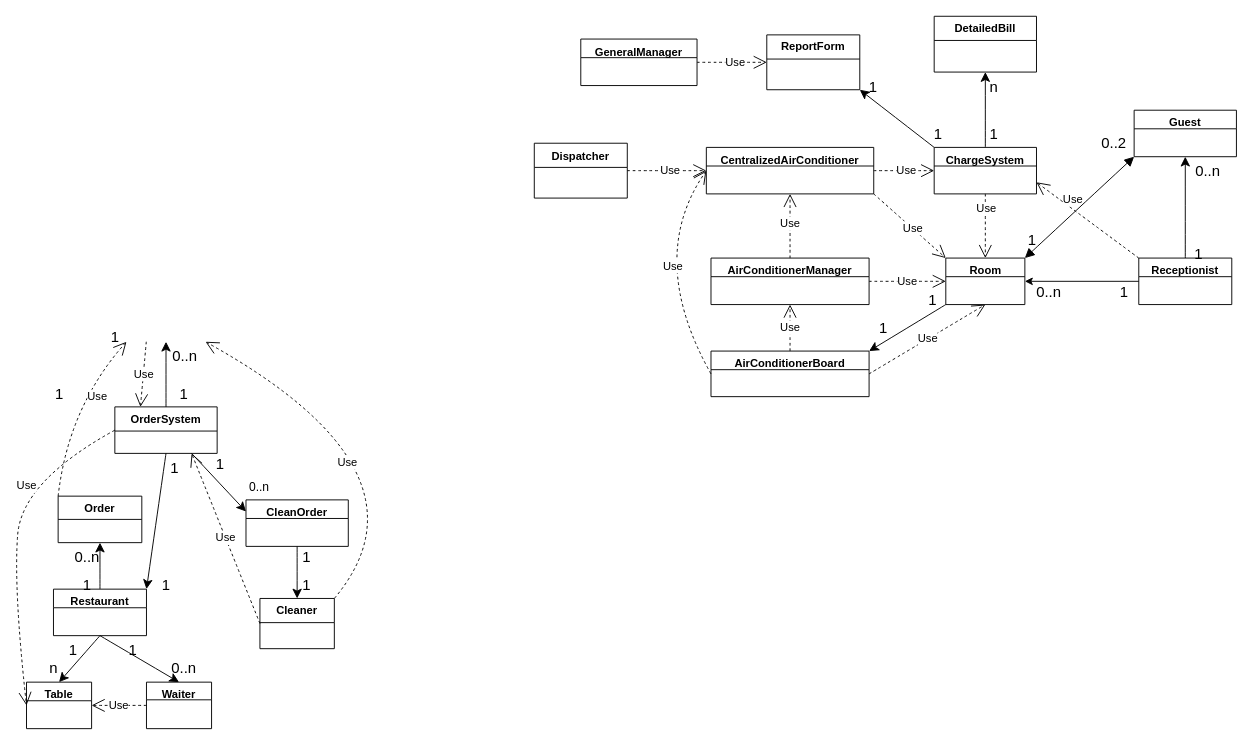
Above: UML.drawio in lyhkk/Test (draw.io), before the change. Source tidied: cells renumbered, new cells numbered last; positions are measured from the earlier drawing's top-left corner, leaving out a move shared by most shapes. Both pictures are drawn from the tidied source at 93%, with x=0, y=0 at pixel (13, 16).
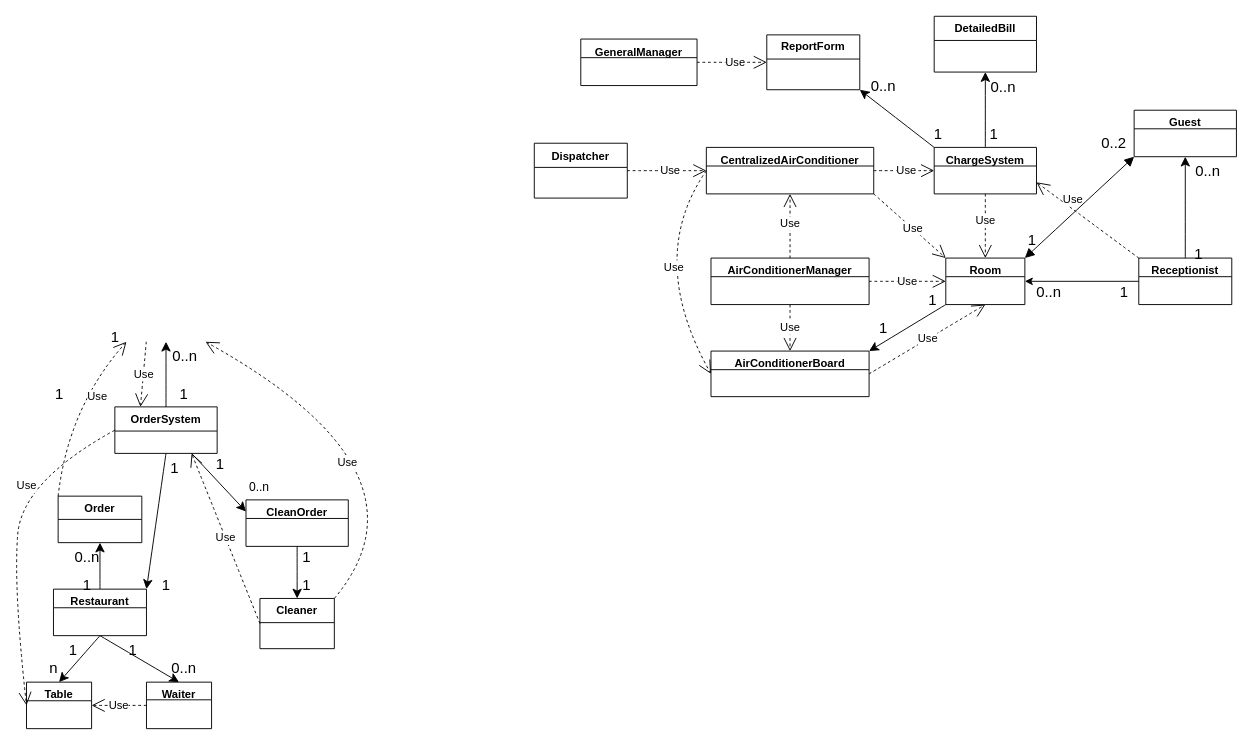
The same page after the edit.

Unchanged cells that the change refers to:
```xml
<mxCell id="3" value="Room" style="swimlane;fontStyle=1;align=center;verticalAlign=top;horizontal=1;startSize=20;whiteSpace=wrap;html=1;" parent="1" vertex="1" collapsed="1">
  <mxGeometry x="1002.5" y="260" width="85" height="50" as="geometry" />
</mxCell>
<mxCell id="4" value="AirConditionerManager" style="swimlane;fontStyle=1;align=center;verticalAlign=top;horizontal=1;startSize=20;whiteSpace=wrap;html=1;" parent="1" vertex="1" collapsed="1">
  <mxGeometry x="750" y="260" width="170" height="50" as="geometry" />
</mxCell>
<mxCell id="8" value="ChargeSystem" style="swimlane;fontStyle=1;align=center;verticalAlign=top;horizontal=1;startSize=20;whiteSpace=wrap;html=1;" parent="1" vertex="1" collapsed="1">
  <mxGeometry x="990" y="141" width="110" height="50" as="geometry" />
</mxCell>
<mxCell id="13" value="AirConditionerBoard" style="swimlane;fontStyle=1;align=center;verticalAlign=top;horizontal=1;startSize=20;whiteSpace=wrap;html=1;" parent="1" vertex="1" collapsed="1">
  <mxGeometry x="750" y="360" width="170" height="49" as="geometry" />
</mxCell>
<mxCell id="14" value="CentralizedAirConditioner" style="swimlane;fontStyle=1;align=center;verticalAlign=top;horizontal=1;startSize=20;whiteSpace=wrap;html=1;" parent="1" vertex="1" collapsed="1">
  <mxGeometry x="745" y="141" width="180" height="50" as="geometry" />
</mxCell>
```

The edit, as a diff of the source:
```diff
@@
-    <mxCell id="28" value="n" style="text;html=1;align=center;verticalAlign=middle;strokeColor=none;fillColor=none;fontSize=16;" parent="1" vertex="1">
-      <mxGeometry x="1039" y="61" width="30" height="30" as="geometry" />
+    <mxCell id="28" value="0..n" style="text;html=1;align=center;verticalAlign=middle;strokeColor=none;fillColor=none;fontSize=16;" parent="1" vertex="1">
+      <mxGeometry x="1039" y="61" width="50" height="30" as="geometry" />
     </mxCell>
@@
     <mxCell id="63" value="Use" style="endArrow=open;endSize=12;dashed=1;html=1;rounded=0;fontSize=12;curved=1;exitX=0.5;exitY=1;exitDx=0;exitDy=0;entryX=0.5;entryY=0;entryDx=0;entryDy=0;" parent="1" edge="1" source="8" target="3">
-      <mxGeometry x="-0.56" y="1" relative="1" as="geometry">
-        <mxPoint y="1" as="offset" />
-      </mxGeometry>
+      <mxGeometry x="-0.16" relative="1" as="geometry" />
     </mxCell>
-    <mxCell id="64" value="Use" style="endArrow=open;endSize=12;dashed=1;html=1;rounded=0;fontSize=12;curved=1;exitX=0.5;exitY=0;exitDx=0;exitDy=0;entryX=0.5;entryY=1;entryDx=0;entryDy=0;" parent="1" edge="1" source="13" target="4">
+    <mxCell id="64" value="Use" style="endArrow=open;endSize=12;dashed=1;html=1;rounded=0;fontSize=12;curved=1;exitX=0.5;exitY=1;exitDx=0;exitDy=0;entryX=0.5;entryY=0;entryDx=0;entryDy=0;" parent="1" edge="1" source="4" target="13">
       <mxGeometry relative="1" as="geometry" />
     </mxCell>
@@
-    <mxCell id="68" value="Use" style="endArrow=open;endSize=12;dashed=1;html=1;rounded=0;fontSize=12;curved=1;exitX=0;exitY=0.5;exitDx=0;exitDy=0;entryX=0;entryY=0.5;entryDx=0;entryDy=0;" parent="1" edge="1" source="13" target="14">
-      <mxGeometry x="-0.07" y="-21" relative="1" as="geometry">
+    <mxCell id="68" value="Use" style="endArrow=open;endSize=12;dashed=1;html=1;rounded=0;fontSize=12;curved=1;exitX=0;exitY=0.5;exitDx=0;exitDy=0;entryX=0;entryY=0.5;entryDx=0;entryDy=0;" parent="1" edge="1" source="14" target="13">
+      <mxGeometry x="0.07" y="21" relative="1" as="geometry">
         <Array as="points">
           <mxPoint x="680" y="260" />
         </Array>
-        <mxPoint y="-1" as="offset" />
       </mxGeometry>
     </mxCell>
@@
-    <mxCell id="76" value="1" style="text;html=1;align=center;verticalAlign=middle;strokeColor=none;fillColor=none;fontSize=16;" parent="1" vertex="1">
-      <mxGeometry x="909" y="61" width="30" height="30" as="geometry" />
+    <mxCell id="76" value="0..n" style="text;html=1;align=center;verticalAlign=middle;strokeColor=none;fillColor=none;fontSize=16;" parent="1" vertex="1">
+      <mxGeometry x="910" y="60" width="50" height="30" as="geometry" />
     </mxCell>
```
